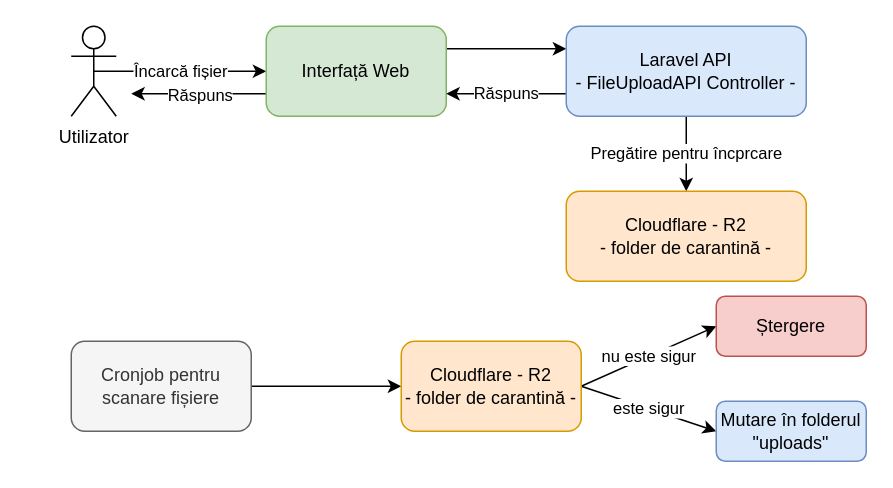
The draw.io diagram page "[RO] File Upload" (6 of 6) of Docs/Arhitectura aplicatiei.drawio in popalexr/Document-Interrogation-System, before the edit. Source tidied: cells renumbered, new cells numbered last; positions are measured from the earlier drawing's top-left corner, leaving out a move shared by most shapes. Both pictures are drawn from the tidied source at 150%, with x=0, y=0 at pixel (70, 26).
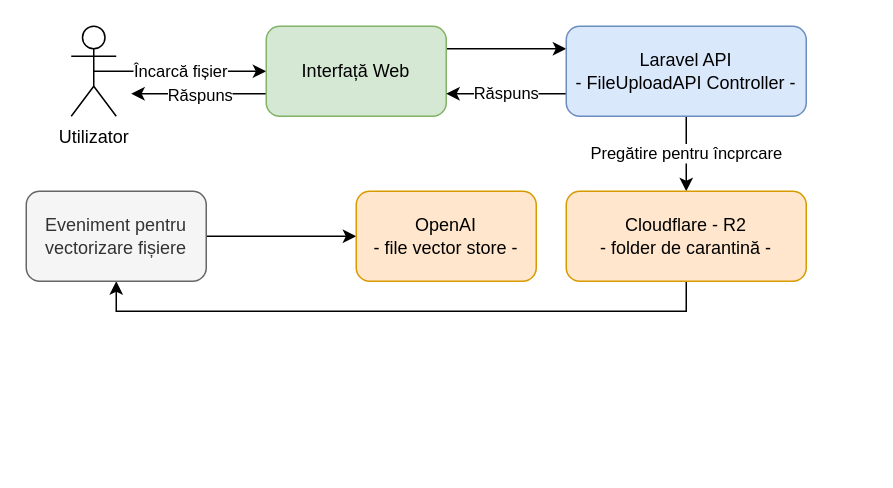
The same diagram, later.

Commit message:
Update architecture diagram to reflect changes in file processing events and Cloudflare integration.

What changed in the source:
```diff
@@
 <mxGraphModel>
   <root>
     <mxCell id="0" />
     <mxCell id="1" parent="0" />
     <mxCell id="2" value="Încarcă fișier" style="edgeStyle=orthogonalEdgeStyle;rounded=0;jettySize=auto;html=1;exitX=0.5;exitY=0.5;exitDx=0;exitDy=0;exitPerimeter=0;entryX=0;entryY=0.5;entryDx=0;entryDy=0;" parent="1" edge="1" source="3" target="6">
       <mxGeometry relative="1" as="geometry" />
     </mxCell>
     <mxCell id="3" value="Utilizator" style="shape=umlActor;verticalLabelPosition=bottom;verticalAlign=top;html=1;outlineConnect=0;" parent="1" vertex="1">
       <mxGeometry width="30" height="60" as="geometry" />
     </mxCell>
     <mxCell id="4" style="edgeStyle=orthogonalEdgeStyle;rounded=0;jettySize=auto;html=1;exitX=1;exitY=0.25;exitDx=0;exitDy=0;entryX=0;entryY=0.25;entryDx=0;entryDy=0;" parent="1" edge="1" source="6" target="9">
       <mxGeometry relative="1" as="geometry" />
     </mxCell>
     <mxCell id="5" value="Răspuns" style="edgeStyle=orthogonalEdgeStyle;rounded=0;jettySize=auto;html=1;exitX=0;exitY=0.75;exitDx=0;exitDy=0;" parent="1" edge="1" source="6">
       <mxGeometry relative="1" as="geometry">
         <mxPoint x="40" y="45" as="targetPoint" />
       </mxGeometry>
     </mxCell>
     <mxCell id="6" value="Interfață Web" style="rounded=1;whiteSpace=wrap;html=1;fillColor=#d5e8d4;strokeColor=#82b366;" parent="1" vertex="1">
       <mxGeometry x="130" width="120" height="60" as="geometry" />
     </mxCell>
     <mxCell id="7" value="Pregătire pentru încprcare" style="edgeStyle=orthogonalEdgeStyle;rounded=0;jettySize=auto;html=1;exitX=0.5;exitY=1;exitDx=0;exitDy=0;horizontal=1;entryX=0.5;entryY=0;entryDx=0;entryDy=0;" parent="1" edge="1" source="9" target="10">
       <mxGeometry relative="1" as="geometry" />
     </mxCell>
     <mxCell id="8" value="Răspuns" style="edgeStyle=orthogonalEdgeStyle;rounded=0;jettySize=auto;html=1;exitX=0;exitY=0.75;exitDx=0;exitDy=0;entryX=1;entryY=0.75;entryDx=0;entryDy=0;" parent="1" edge="1" source="9" target="6">
       <mxGeometry relative="1" as="geometry" />
     </mxCell>
     <mxCell id="9" value="Laravel API&lt;div&gt;- FileUploadAPI Controller -&lt;/div&gt;" style="rounded=1;whiteSpace=wrap;html=1;fillColor=#dae8fc;strokeColor=#6c8ebf;" parent="1" vertex="1">
       <mxGeometry x="330" width="160" height="60" as="geometry" />
     </mxCell>
+    <mxCell id="18" style="edgeStyle=orthogonalEdgeStyle;rounded=0;jettySize=auto;html=1;exitX=0.5;exitY=1;exitDx=0;exitDy=0;entryX=0.5;entryY=1;entryDx=0;entryDy=0;" parent="1" edge="1" source="10" target="12">
+      <mxGeometry relative="1" as="geometry" />
+    </mxCell>
     <mxCell id="10" value="Cloudflare - R2&lt;div&gt;- folder de carantină -&lt;/div&gt;" style="rounded=1;whiteSpace=wrap;html=1;fillColor=#ffe6cc;strokeColor=#d79b00;" parent="1" vertex="1">
       <mxGeometry x="330" y="110" width="160" height="60" as="geometry" />
     </mxCell>
     <mxCell id="11" style="edgeStyle=orthogonalEdgeStyle;rounded=0;jettySize=auto;html=1;exitX=1;exitY=0.5;exitDx=0;exitDy=0;" parent="1" edge="1" source="12" target="15">
       <mxGeometry relative="1" as="geometry" />
     </mxCell>
-    <mxCell id="12" value="Cronjob pentru scanare fișiere" style="rounded=1;whiteSpace=wrap;html=1;fillColor=#f5f5f5;fontColor=#333333;strokeColor=#666666;" parent="1" vertex="1">
-      <mxGeometry y="210" width="120" height="60" as="geometry" />
+    <mxCell id="12" value="Eveniment pentru vectorizare fișiere" style="rounded=1;whiteSpace=wrap;html=1;fillColor=#f5f5f5;fontColor=#333333;strokeColor=#666666;" parent="1" vertex="1">
+      <mxGeometry x="-30" y="110" width="120" height="60" as="geometry" />
     </mxCell>
-    <mxCell id="13" value="nu este sigur" style="rounded=0;jettySize=auto;html=1;exitX=1;exitY=0.5;exitDx=0;exitDy=0;entryX=0;entryY=0.5;entryDx=0;entryDy=0;" parent="1" edge="1" source="15" target="16">
-      <mxGeometry relative="1" as="geometry" />
-    </mxCell>
-    <mxCell id="14" value="este sigur" style="rounded=0;jettySize=auto;html=1;exitX=1;exitY=0.5;exitDx=0;exitDy=0;entryX=0;entryY=0.5;entryDx=0;entryDy=0;" parent="1" edge="1" source="15" target="17">
-      <mxGeometry relative="1" as="geometry" />
-    </mxCell>
-    <mxCell id="15" value="Cloudflare - R2&lt;div&gt;- folder de carantină -&lt;/div&gt;" style="rounded=1;whiteSpace=wrap;html=1;fillColor=#ffe6cc;strokeColor=#d79b00;" parent="1" vertex="1">
-      <mxGeometry x="220" y="210" width="120" height="60" as="geometry" />
+    <mxCell id="15" value="OpenAI&lt;div&gt;- file vector store -&lt;/div&gt;" style="rounded=1;whiteSpace=wrap;html=1;fillColor=#ffe6cc;strokeColor=#d79b00;" parent="1" vertex="1">
+      <mxGeometry x="190" y="110" width="120" height="60" as="geometry" />
     </mxCell>
-    <mxCell id="16" value="Ștergere" style="rounded=1;whiteSpace=wrap;html=1;fillColor=#f8cecc;strokeColor=#b85450;" parent="1" vertex="1">
-      <mxGeometry x="430" y="180" width="100" height="40" as="geometry" />
-    </mxCell>
-    <mxCell id="17" value="Mutare în folderul &quot;uploads&quot;" style="rounded=1;whiteSpace=wrap;html=1;fillColor=#dae8fc;strokeColor=#6c8ebf;" parent="1" vertex="1">
-      <mxGeometry x="430" y="250" width="100" height="40" as="geometry" />
-    </mxCell>
   </root>
 </mxGraphModel>
```
